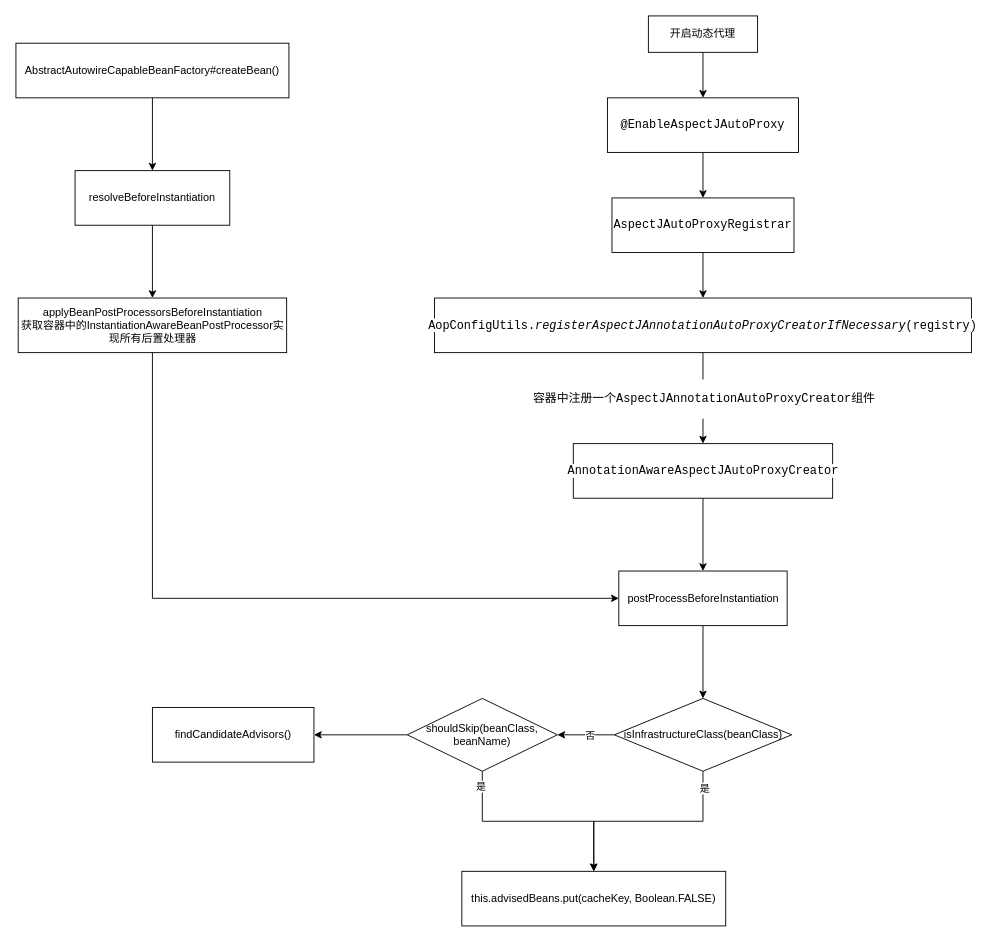
This is Spring AOP源码分析.drawio from linbingxing/mind, a draw.io file, before an edit. Source tidied: cells renumbered, new cells numbered last; positions are measured from the earlier drawing's top-left corner, leaving out a move shared by most shapes. Both pictures are drawn from the tidied source at 91%, with x=0, y=0 at pixel (15, 15).
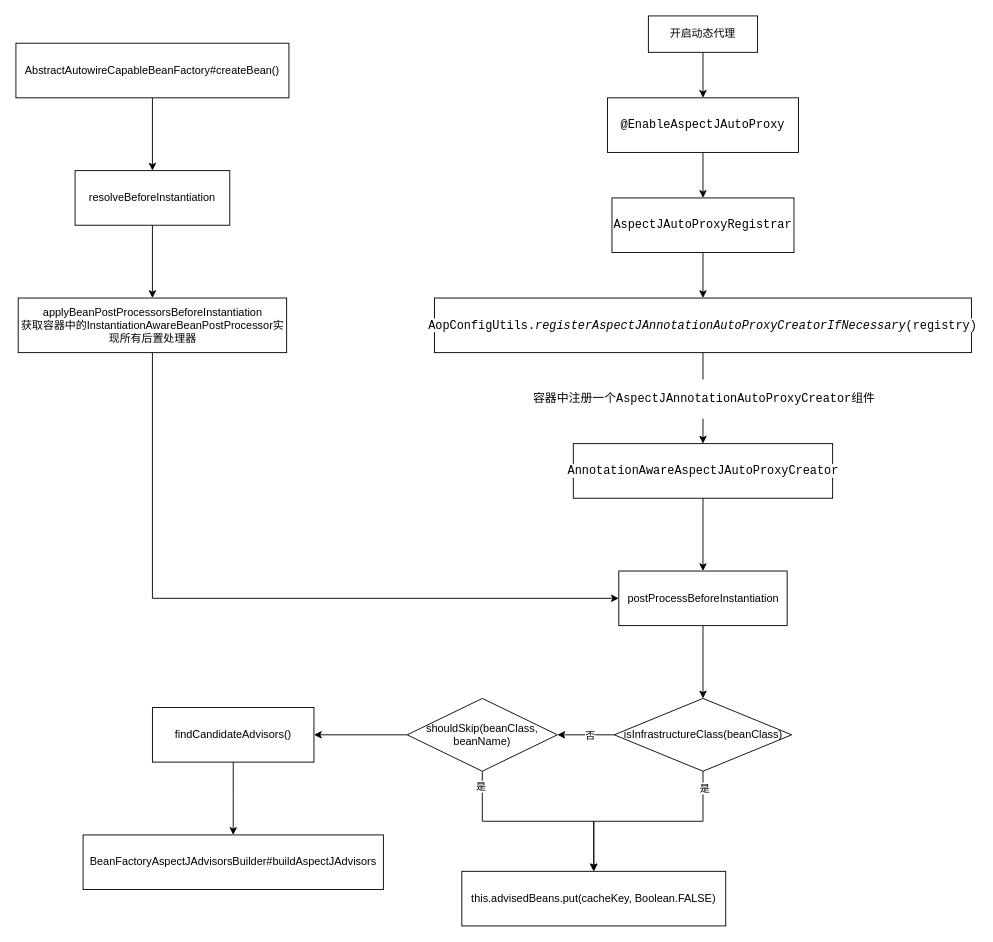
After the change.

Commit message:
更新Spring AOP源码分析.drawio

Unchanged cells that the change refers to:
```xml
<mxCell id="25" value="findCandidateAdvisors()" style="whiteSpace=wrap;html=1;strokeColor=#000000;rounded=0;" parent="1" vertex="1">
  <mxGeometry x="150" y="760" width="177.5" height="60" as="geometry" />
</mxCell>
```

What changed in the source:
```diff
@@
+    <mxCell id="32" style="edgeStyle=orthogonalEdgeStyle;rounded=0;jettySize=auto;html=1;" parent="1" edge="1" source="25" target="33">
+      <mxGeometry relative="1" as="geometry" />
+    </mxCell>
@@
+    <mxCell id="33" value="BeanFactoryAspectJAdvisorsBuilder#buildAspectJAdvisors" style="whiteSpace=wrap;html=1;strokeColor=#000000;rounded=0;" parent="1" vertex="1">
+      <mxGeometry x="73.8" y="900" width="330" height="60" as="geometry" />
+    </mxCell>
```
